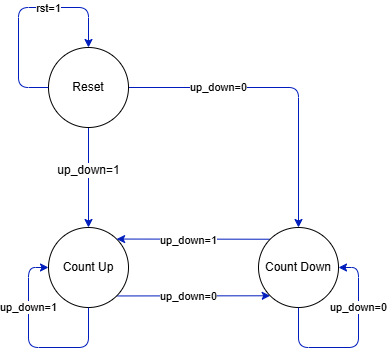
gordonpow/lab_hardware_test keeps this draw.io diagram as 1/img/FSM.png. Above is the earlier version. Source tidied: cells renumbered, new cells last; positions are measured from the earlier drawing's top-left corner, leaving out a move shared by most shapes. The source it was exported from:
```xml
<mxGraphModel>
  <root>
    <mxCell id="0" />
    <mxCell id="1" parent="0" />
    <mxCell id="2" style="edgeStyle=none;html=1;exitX=1;exitY=1;exitDx=0;exitDy=0;entryX=0;entryY=1;entryDx=0;entryDy=0;fillColor=#0050ef;strokeColor=#001DBC;" parent="1" edge="1" source="4" target="7">
      <mxGeometry relative="1" as="geometry" />
    </mxCell>
    <mxCell id="3" value="up_down=0" style="edgeLabel;html=1;align=center;verticalAlign=middle;" parent="2" vertex="1">
      <mxGeometry x="-0.29" relative="1" as="geometry">
        <mxPoint x="17" as="offset" />
      </mxGeometry>
    </mxCell>
    <mxCell id="4" value="Count Up" style="ellipse;whiteSpace=wrap;html=1;" parent="1" vertex="1">
      <mxGeometry x="30" y="220" width="80" height="80" as="geometry" />
    </mxCell>
    <mxCell id="5" style="edgeStyle=none;html=1;exitX=0;exitY=0;exitDx=0;exitDy=0;entryX=1;entryY=0;entryDx=0;entryDy=0;fillColor=#0050ef;strokeColor=#001DBC;" parent="1" edge="1" source="7" target="4">
      <mxGeometry relative="1" as="geometry" />
    </mxCell>
    <mxCell id="6" value="up_down=1" style="edgeLabel;html=1;align=center;verticalAlign=middle;" parent="5" vertex="1">
      <mxGeometry x="-0.31" y="1" relative="1" as="geometry">
        <mxPoint x="-29" as="offset" />
      </mxGeometry>
    </mxCell>
    <mxCell id="7" value="Count Down" style="ellipse;whiteSpace=wrap;html=1;" parent="1" vertex="1">
      <mxGeometry x="240" y="220" width="80" height="80" as="geometry" />
    </mxCell>
    <mxCell id="8" style="edgeStyle=none;html=1;exitX=0.5;exitY=1;exitDx=0;exitDy=0;entryX=0.5;entryY=0;entryDx=0;entryDy=0;fillColor=#0050ef;strokeColor=#001DBC;" parent="1" edge="1" source="12" target="4">
      <mxGeometry relative="1" as="geometry" />
    </mxCell>
    <mxCell id="9" value="&lt;span style=&quot;font-size: 12px;&quot;&gt;up_down=1&lt;/span&gt;" style="edgeLabel;html=1;align=center;verticalAlign=middle;" parent="8" vertex="1">
      <mxGeometry x="-0.14" relative="1" as="geometry" />
    </mxCell>
    <mxCell id="10" style="edgeStyle=none;html=1;exitX=1;exitY=0.5;exitDx=0;exitDy=0;entryX=0.5;entryY=0;entryDx=0;entryDy=0;fillColor=#0050ef;strokeColor=#001DBC;" parent="1" edge="1" source="12" target="7">
      <mxGeometry relative="1" as="geometry">
        <Array as="points">
          <mxPoint x="280" y="80" />
        </Array>
      </mxGeometry>
    </mxCell>
    <mxCell id="11" value="up_down=0" style="edgeLabel;html=1;align=center;verticalAlign=middle;" parent="10" vertex="1">
      <mxGeometry x="-0.32" y="-1" relative="1" as="geometry">
        <mxPoint x="-16" y="-1" as="offset" />
      </mxGeometry>
    </mxCell>
    <mxCell id="12" value="Reset" style="ellipse;whiteSpace=wrap;html=1;" parent="1" vertex="1">
      <mxGeometry x="30" y="40" width="80" height="80" as="geometry" />
    </mxCell>
    <mxCell id="13" style="edgeStyle=none;html=1;exitX=0;exitY=0.5;exitDx=0;exitDy=0;entryX=0.5;entryY=0;entryDx=0;entryDy=0;fillColor=#0050ef;strokeColor=#001DBC;" parent="1" edge="1" source="12" target="12">
      <mxGeometry relative="1" as="geometry">
        <Array as="points">
          <mxPoint y="80" />
          <mxPoint />
          <mxPoint x="70" />
        </Array>
      </mxGeometry>
    </mxCell>
    <mxCell id="14" value="rst=1" style="edgeLabel;html=1;align=center;verticalAlign=middle;" parent="13" vertex="1">
      <mxGeometry x="0.12" y="-1" relative="1" as="geometry">
        <mxPoint x="17" as="offset" />
      </mxGeometry>
    </mxCell>
    <mxCell id="15" style="edgeStyle=none;html=1;exitX=0.5;exitY=1;exitDx=0;exitDy=0;entryX=0;entryY=0.5;entryDx=0;entryDy=0;fillColor=#0050ef;strokeColor=#001DBC;" parent="1" edge="1" source="4" target="4">
      <mxGeometry relative="1" as="geometry">
        <Array as="points">
          <mxPoint x="70" y="340" />
          <mxPoint x="10" y="340" />
          <mxPoint x="10" y="260" />
        </Array>
      </mxGeometry>
    </mxCell>
    <mxCell id="16" value="up_down=1" style="edgeLabel;html=1;align=center;verticalAlign=middle;" parent="15" vertex="1">
      <mxGeometry x="-0.46" y="-2" relative="1" as="geometry">
        <mxPoint x="-46" y="-38" as="offset" />
      </mxGeometry>
    </mxCell>
    <mxCell id="17" style="edgeStyle=none;html=1;exitX=0.5;exitY=1;exitDx=0;exitDy=0;entryX=1;entryY=0.5;entryDx=0;entryDy=0;fillColor=#0050ef;strokeColor=#001DBC;" parent="1" edge="1" source="7" target="7">
      <mxGeometry relative="1" as="geometry">
        <Array as="points">
          <mxPoint x="280" y="340" />
          <mxPoint x="340" y="340" />
          <mxPoint x="340" y="260" />
        </Array>
      </mxGeometry>
    </mxCell>
    <mxCell id="18" value="up_down=0" style="edgeLabel;html=1;align=center;verticalAlign=middle;" parent="17" vertex="1">
      <mxGeometry x="0.22" relative="1" as="geometry">
        <mxPoint y="-18" as="offset" />
      </mxGeometry>
    </mxCell>
  </root>
</mxGraphModel>
```
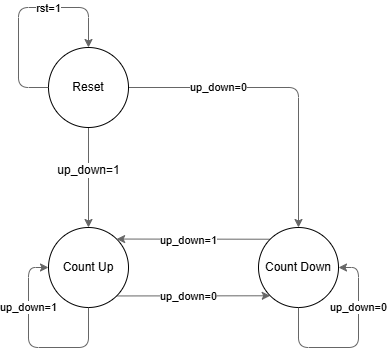
Above is the later version.

Commit message:
fix : Question 1 img_MSC of readme.md

Change to the diagram source:
```diff
@@ -2,7 +2,7 @@
   <root>
     <mxCell id="0" />
     <mxCell id="1" parent="0" />
-    <mxCell id="2" style="edgeStyle=none;html=1;exitX=1;exitY=1;exitDx=0;exitDy=0;entryX=0;entryY=1;entryDx=0;entryDy=0;fillColor=#0050ef;strokeColor=#001DBC;" parent="1" edge="1" source="4" target="7">
+    <mxCell id="2" style="edgeStyle=none;html=1;exitX=1;exitY=1;exitDx=0;exitDy=0;entryX=0;entryY=1;entryDx=0;entryDy=0;fillColor=#f5f5f5;strokeColor=#666666;" parent="1" edge="1" source="4" target="7">
       <mxGeometry relative="1" as="geometry" />
     </mxCell>
     <mxCell id="3" value="up_down=0" style="edgeLabel;html=1;align=center;verticalAlign=middle;" parent="2" vertex="1">
@@ -13,7 +13,7 @@
     <mxCell id="4" value="Count Up" style="ellipse;whiteSpace=wrap;html=1;" parent="1" vertex="1">
       <mxGeometry x="30" y="220" width="80" height="80" as="geometry" />
     </mxCell>
-    <mxCell id="5" style="edgeStyle=none;html=1;exitX=0;exitY=0;exitDx=0;exitDy=0;entryX=1;entryY=0;entryDx=0;entryDy=0;fillColor=#0050ef;strokeColor=#001DBC;" parent="1" edge="1" source="7" target="4">
+    <mxCell id="5" style="edgeStyle=none;html=1;exitX=0;exitY=0;exitDx=0;exitDy=0;entryX=1;entryY=0;entryDx=0;entryDy=0;fillColor=#f5f5f5;strokeColor=#666666;" parent="1" edge="1" source="7" target="4">
       <mxGeometry relative="1" as="geometry" />
     </mxCell>
     <mxCell id="6" value="up_down=1" style="edgeLabel;html=1;align=center;verticalAlign=middle;" parent="5" vertex="1">
@@ -24,13 +24,13 @@
     <mxCell id="7" value="Count Down" style="ellipse;whiteSpace=wrap;html=1;" parent="1" vertex="1">
       <mxGeometry x="240" y="220" width="80" height="80" as="geometry" />
     </mxCell>
-    <mxCell id="8" style="edgeStyle=none;html=1;exitX=0.5;exitY=1;exitDx=0;exitDy=0;entryX=0.5;entryY=0;entryDx=0;entryDy=0;fillColor=#0050ef;strokeColor=#001DBC;" parent="1" edge="1" source="12" target="4">
+    <mxCell id="8" style="edgeStyle=none;html=1;exitX=0.5;exitY=1;exitDx=0;exitDy=0;entryX=0.5;entryY=0;entryDx=0;entryDy=0;fillColor=#f5f5f5;strokeColor=#666666;" parent="1" edge="1" source="12" target="4">
       <mxGeometry relative="1" as="geometry" />
     </mxCell>
     <mxCell id="9" value="&lt;span style=&quot;font-size: 12px;&quot;&gt;up_down=1&lt;/span&gt;" style="edgeLabel;html=1;align=center;verticalAlign=middle;" parent="8" vertex="1">
       <mxGeometry x="-0.14" relative="1" as="geometry" />
     </mxCell>
-    <mxCell id="10" style="edgeStyle=none;html=1;exitX=1;exitY=0.5;exitDx=0;exitDy=0;entryX=0.5;entryY=0;entryDx=0;entryDy=0;fillColor=#0050ef;strokeColor=#001DBC;" parent="1" edge="1" source="12" target="7">
+    <mxCell id="10" style="edgeStyle=none;html=1;exitX=1;exitY=0.5;exitDx=0;exitDy=0;entryX=0.5;entryY=0;entryDx=0;entryDy=0;fillColor=#f5f5f5;strokeColor=#666666;" parent="1" edge="1" source="12" target="7">
       <mxGeometry relative="1" as="geometry">
         <Array as="points">
           <mxPoint x="280" y="80" />
@@ -45,7 +45,7 @@
     <mxCell id="12" value="Reset" style="ellipse;whiteSpace=wrap;html=1;" parent="1" vertex="1">
       <mxGeometry x="30" y="40" width="80" height="80" as="geometry" />
     </mxCell>
-    <mxCell id="13" style="edgeStyle=none;html=1;exitX=0;exitY=0.5;exitDx=0;exitDy=0;entryX=0.5;entryY=0;entryDx=0;entryDy=0;fillColor=#0050ef;strokeColor=#001DBC;" parent="1" edge="1" source="12" target="12">
+    <mxCell id="13" style="edgeStyle=none;html=1;exitX=0;exitY=0.5;exitDx=0;exitDy=0;entryX=0.5;entryY=0;entryDx=0;entryDy=0;fillColor=#f5f5f5;strokeColor=#666666;jumpStyle=none;rounded=1;" parent="1" edge="1" source="12" target="12">
       <mxGeometry relative="1" as="geometry">
         <Array as="points">
           <mxPoint y="80" />
@@ -59,7 +59,7 @@
         <mxPoint x="17" as="offset" />
       </mxGeometry>
     </mxCell>
-    <mxCell id="15" style="edgeStyle=none;html=1;exitX=0.5;exitY=1;exitDx=0;exitDy=0;entryX=0;entryY=0.5;entryDx=0;entryDy=0;fillColor=#0050ef;strokeColor=#001DBC;" parent="1" edge="1" source="4" target="4">
+    <mxCell id="15" style="edgeStyle=none;html=1;exitX=0.5;exitY=1;exitDx=0;exitDy=0;entryX=0;entryY=0.5;entryDx=0;entryDy=0;fillColor=#f5f5f5;strokeColor=#666666;" parent="1" edge="1" source="4" target="4">
       <mxGeometry relative="1" as="geometry">
         <Array as="points">
           <mxPoint x="70" y="340" />
@@ -73,7 +73,7 @@
         <mxPoint x="-46" y="-38" as="offset" />
       </mxGeometry>
     </mxCell>
-    <mxCell id="17" style="edgeStyle=none;html=1;exitX=0.5;exitY=1;exitDx=0;exitDy=0;entryX=1;entryY=0.5;entryDx=0;entryDy=0;fillColor=#0050ef;strokeColor=#001DBC;" parent="1" edge="1" source="7" target="7">
+    <mxCell id="17" style="edgeStyle=none;html=1;exitX=0.5;exitY=1;exitDx=0;exitDy=0;entryX=1;entryY=0.5;entryDx=0;entryDy=0;fillColor=#f5f5f5;strokeColor=#666666;" parent="1" edge="1" source="7" target="7">
       <mxGeometry relative="1" as="geometry">
         <Array as="points">
           <mxPoint x="280" y="340" />
```
